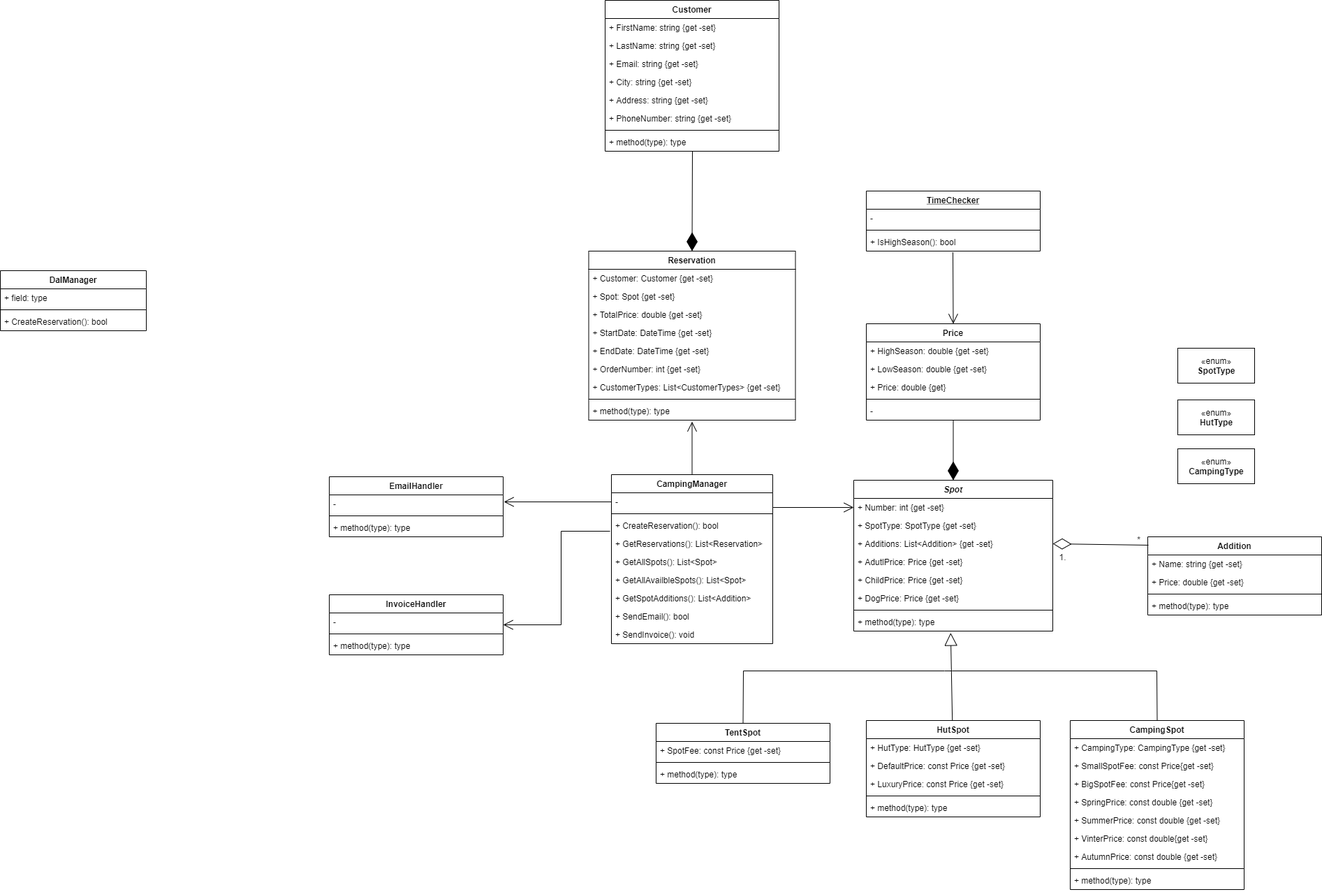
jonash871j/H2-ZAPBeachCamping keeps this draw.io diagram as Dokumentation/Class Diagram.png. Above is the earlier version. Source tidied: cells renumbered, new cells last; positions are measured from the earlier drawing's top-left corner, leaving out a move shared by most shapes.
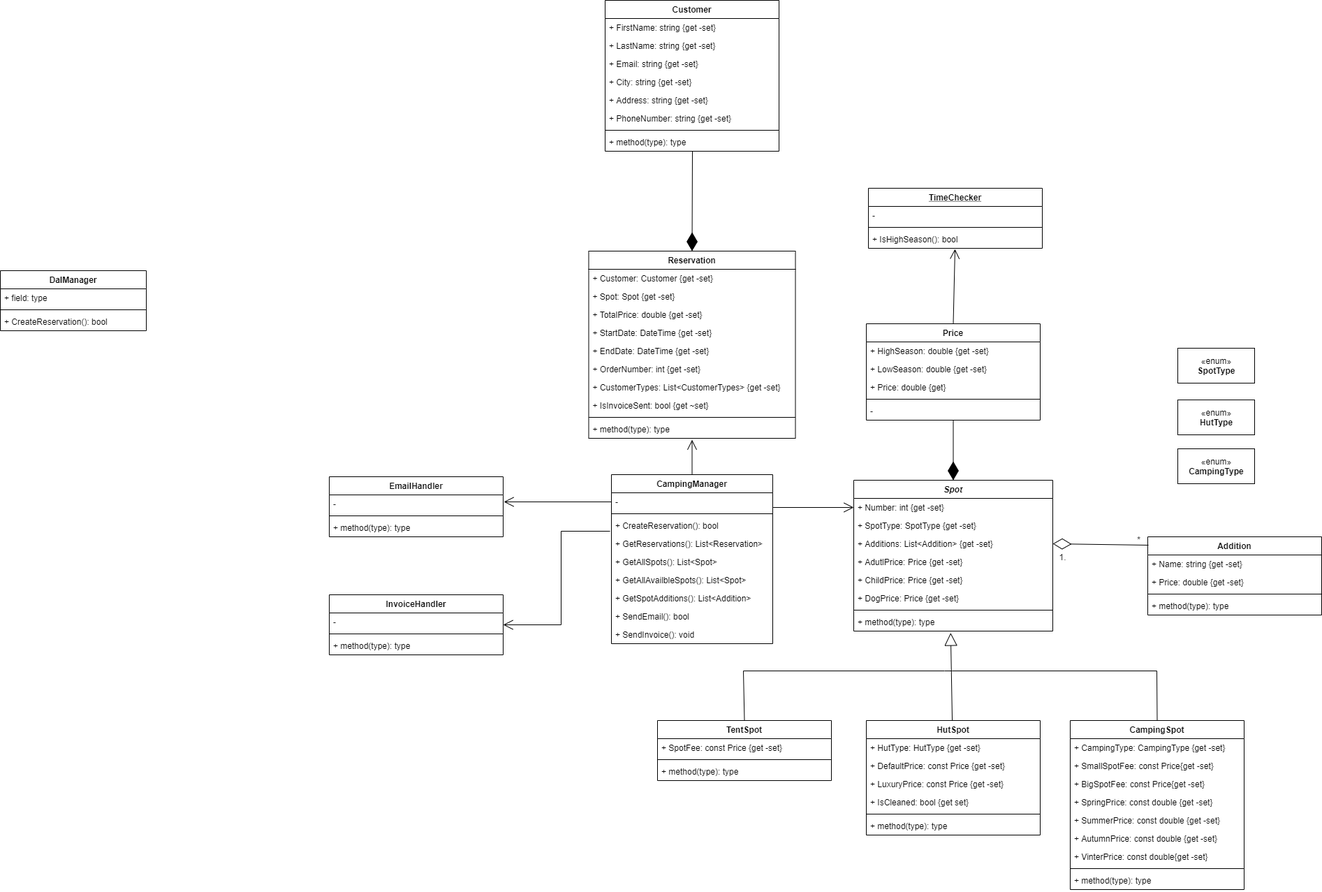
Above is the later version.

Change to the diagram source:
```diff
@@ -87,7 +87,7 @@
       <mxGeometry y="86" width="249" height="26" as="geometry" />
     </mxCell>
     <mxCell id="30" value="Reservation" style="swimlane;fontStyle=1;align=center;verticalAlign=top;horizontal=1;startSize=26;" parent="1" vertex="1">
-      <mxGeometry x="842.5" y="359" width="296" height="242" as="geometry" />
+      <mxGeometry x="842.5" y="359" width="296" height="268" as="geometry" />
     </mxCell>
     <mxCell id="31" value="+ Customer: Customer {get -set}" style="text;strokeColor=none;fillColor=none;align=left;verticalAlign=top;spacingLeft=4;spacingRight=4;overflow=hidden;" parent="30" vertex="1">
       <mxGeometry y="26" width="296" height="26" as="geometry" />
@@ -107,14 +107,17 @@
     <mxCell id="36" value="+ OrderNumber: int {get -set}" style="text;strokeColor=none;fillColor=none;align=left;verticalAlign=top;spacingLeft=4;spacingRight=4;overflow=hidden;" parent="30" vertex="1">
       <mxGeometry y="156" width="296" height="26" as="geometry" />
     </mxCell>
+    <mxCell id="103" value="+ CustomerTypes: List&lt;CustomerTypes&gt; {get -set}" style="text;strokeColor=none;fillColor=none;align=left;verticalAlign=top;spacingLeft=4;spacingRight=4;overflow=hidden;" parent="30" vertex="1">
+      <mxGeometry y="182" width="296" height="26" as="geometry" />
+    </mxCell>
-    <mxCell id="37" value="+ CustomerTypes: List&lt;CustomerTypes&gt; {get -set}" style="text;strokeColor=none;fillColor=none;align=left;verticalAlign=top;spacingLeft=4;spacingRight=4;overflow=hidden;" parent="30" vertex="1">
-      <mxGeometry y="182" width="296" height="26" as="geometry" />
+    <mxCell id="37" value="+ IsInvoiceSent: bool {get ~set}" style="text;strokeColor=none;fillColor=none;align=left;verticalAlign=top;spacingLeft=4;spacingRight=4;overflow=hidden;" parent="30" vertex="1">
+      <mxGeometry y="208" width="296" height="26" as="geometry" />
     </mxCell>
     <mxCell id="38" style="line;strokeWidth=1;fillColor=none;align=left;verticalAlign=middle;spacingTop=-1;spacingLeft=3;spacingRight=3;labelPosition=right;" parent="30" vertex="1">
-      <mxGeometry y="208" width="296" height="8" as="geometry" />
+      <mxGeometry y="234" width="296" height="8" as="geometry" />
     </mxCell>
     <mxCell id="39" value="+ method(type): type" style="text;strokeColor=none;fillColor=none;align=left;verticalAlign=top;spacingLeft=4;spacingRight=4;overflow=hidden;points=[[0,0.5],[1,0.5]];portConstraint=eastwest;" parent="30" vertex="1">
-      <mxGeometry y="216" width="296" height="26" as="geometry" />
+      <mxGeometry y="242" width="296" height="26" as="geometry" />
     </mxCell>
     <mxCell id="40" value="Customer" style="swimlane;fontStyle=1;align=center;verticalAlign=top;horizontal=1;startSize=26;" parent="1" vertex="1">
       <mxGeometry x="866" width="249" height="216" as="geometry" />
@@ -147,7 +150,7 @@
       <mxGeometry x="1686" y="498" width="110" height="50" as="geometry" />
     </mxCell>
     <mxCell id="50" value="TentSpot" style="swimlane;fontStyle=1;align=center;verticalAlign=top;horizontal=1;startSize=26;" parent="1" vertex="1">
-      <mxGeometry x="939" y="1035" width="249" height="86" as="geometry" />
+      <mxGeometry x="941" y="1031" width="249" height="86" as="geometry" />
     </mxCell>
     <mxCell id="51" value="+ SpotFee: const Price {get -set}" style="text;strokeColor=none;fillColor=none;align=left;verticalAlign=top;spacingLeft=4;spacingRight=4;overflow=hidden;" parent="50" vertex="1">
       <mxGeometry y="26" width="249" height="26" as="geometry" />
@@ -159,7 +162,7 @@
       <mxGeometry y="60" width="249" height="26" as="geometry" />
     </mxCell>
     <mxCell id="54" value="HutSpot" style="swimlane;fontStyle=1;align=center;verticalAlign=top;horizontal=1;startSize=26;" parent="1" vertex="1">
-      <mxGeometry x="1240" y="1031" width="249" height="138" as="geometry" />
+      <mxGeometry x="1240" y="1031" width="249" height="164" as="geometry" />
     </mxCell>
     <mxCell id="55" value="+ HutType: HutType {get -set}" style="text;strokeColor=none;fillColor=none;align=left;verticalAlign=top;spacingLeft=4;spacingRight=4;overflow=hidden;" parent="54" vertex="1">
       <mxGeometry y="26" width="249" height="26" as="geometry" />
@@ -167,14 +170,17 @@
     <mxCell id="56" value="+ DefaultPrice: const Price {get -set}" style="text;strokeColor=none;fillColor=none;align=left;verticalAlign=top;spacingLeft=4;spacingRight=4;overflow=hidden;" parent="54" vertex="1">
       <mxGeometry y="52" width="249" height="26" as="geometry" />
     </mxCell>
+    <mxCell id="104" value="+ LuxuryPrice: const Price {get -set}" style="text;strokeColor=none;fillColor=none;align=left;verticalAlign=top;spacingLeft=4;spacingRight=4;overflow=hidden;" parent="54" vertex="1">
+      <mxGeometry y="78" width="249" height="26" as="geometry" />
+    </mxCell>
-    <mxCell id="57" value="+ LuxuryPrice: const Price {get -set}" style="text;strokeColor=none;fillColor=none;align=left;verticalAlign=top;spacingLeft=4;spacingRight=4;overflow=hidden;" parent="54" vertex="1">
-      <mxGeometry y="78" width="249" height="26" as="geometry" />
+    <mxCell id="57" value="+ IsCleaned: bool {get set}" style="text;strokeColor=none;fillColor=none;align=left;verticalAlign=top;spacingLeft=4;spacingRight=4;overflow=hidden;" parent="54" vertex="1">
+      <mxGeometry y="104" width="249" height="26" as="geometry" />
     </mxCell>
     <mxCell id="58" style="line;strokeWidth=1;fillColor=none;align=left;verticalAlign=middle;spacingTop=-1;spacingLeft=3;spacingRight=3;labelPosition=right;" parent="54" vertex="1">
-      <mxGeometry y="104" width="249" height="8" as="geometry" />
+      <mxGeometry y="130" width="249" height="8" as="geometry" />
     </mxCell>
     <mxCell id="59" value="+ method(type): type" style="text;strokeColor=none;fillColor=none;align=left;verticalAlign=top;spacingLeft=4;spacingRight=4;overflow=hidden;" parent="54" vertex="1">
-      <mxGeometry y="112" width="249" height="26" as="geometry" />
+      <mxGeometry y="138" width="249" height="26" as="geometry" />
     </mxCell>
     <mxCell id="60" value="CampingSpot" style="swimlane;fontStyle=1;align=center;verticalAlign=top;horizontal=1;startSize=26;" parent="1" vertex="1">
       <mxGeometry x="1532" y="1031" width="249" height="242" as="geometry" />
@@ -194,12 +200,12 @@
     <mxCell id="65" value="+ SummerPrice: const double {get -set}" style="text;strokeColor=none;fillColor=none;align=left;verticalAlign=top;spacingLeft=4;spacingRight=4;overflow=hidden;" parent="60" vertex="1">
       <mxGeometry y="130" width="249" height="26" as="geometry" />
     </mxCell>
+    <mxCell id="67" value="+ AutumnPrice: const double {get -set}" style="text;strokeColor=none;fillColor=none;align=left;verticalAlign=top;spacingLeft=4;spacingRight=4;overflow=hidden;" parent="60" vertex="1">
+      <mxGeometry y="156" width="249" height="26" as="geometry" />
+    </mxCell>
     <mxCell id="66" value="+ VinterPrice: const double{get -set}" style="text;strokeColor=none;fillColor=none;align=left;verticalAlign=top;spacingLeft=4;spacingRight=4;overflow=hidden;" parent="60" vertex="1">
-      <mxGeometry y="156" width="249" height="26" as="geometry" />
+      <mxGeometry y="182" width="249" height="26" as="geometry" />
     </mxCell>
-    <mxCell id="67" value="+ AutumnPrice: const double {get -set}" style="text;strokeColor=none;fillColor=none;align=left;verticalAlign=top;spacingLeft=4;spacingRight=4;overflow=hidden;" parent="60" vertex="1">
-      <mxGeometry y="182" width="249" height="26" as="geometry" />
-    </mxCell>
     <mxCell id="68" style="line;strokeWidth=1;fillColor=none;align=left;verticalAlign=middle;spacingTop=-1;spacingLeft=3;spacingRight=3;labelPosition=right;" parent="60" vertex="1">
       <mxGeometry y="208" width="249" height="8" as="geometry" />
     </mxCell>
@@ -312,7 +318,7 @@
       </mxGeometry>
     </mxCell>
     <mxCell id="98" value="TimeChecker" style="swimlane;fontStyle=5;align=center;verticalAlign=top;horizontal=1;startSize=26;" parent="1" vertex="1">
-      <mxGeometry x="1240" y="273" width="249" height="86" as="geometry" />
+      <mxGeometry x="1243" y="269" width="249" height="86" as="geometry" />
     </mxCell>
     <mxCell id="99" value="-" style="text;strokeColor=none;fillColor=none;align=left;verticalAlign=top;spacingLeft=4;spacingRight=4;overflow=hidden;" parent="98" vertex="1">
       <mxGeometry y="26" width="249" height="26" as="geometry" />
@@ -323,7 +329,7 @@
     <mxCell id="101" value="+ IsHighSeason(): bool" style="text;strokeColor=none;fillColor=none;align=left;verticalAlign=top;spacingLeft=4;spacingRight=4;overflow=hidden;points=[[0,0.5],[1,0.5]];portConstraint=eastwest;" parent="98" vertex="1">
       <mxGeometry y="60" width="249" height="26" as="geometry" />
     </mxCell>
-    <mxCell id="102" style="endArrow=open;endFill=1;endSize=12;html=1;exitX=0.498;exitY=1.062;exitDx=0;exitDy=0;entryX=0.5;entryY=0;entryDx=0;entryDy=0;exitPerimeter=0;" parent="1" edge="1" source="101" target="73">
+    <mxCell id="102" style="endArrow=open;endFill=1;endSize=12;html=1;exitX=0.5;exitY=0;exitDx=0;exitDy=0;entryX=0.498;entryY=1.038;entryDx=0;entryDy=0;entryPerimeter=0;" parent="1" edge="1" source="73" target="101">
       <mxGeometry relative="1" as="geometry" />
     </mxCell>
   </root>
```
